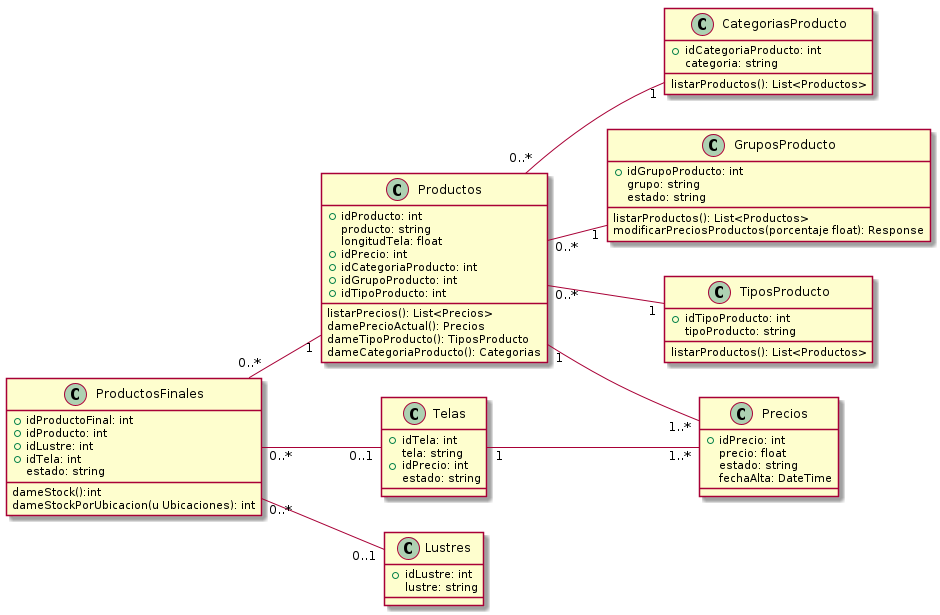
Above: Informe Final/Imagenes/DiagramaClases/Vistas/vistaProductos.png in ZMGestion/DocumentacionZMGestion (PlantUML), before the change.
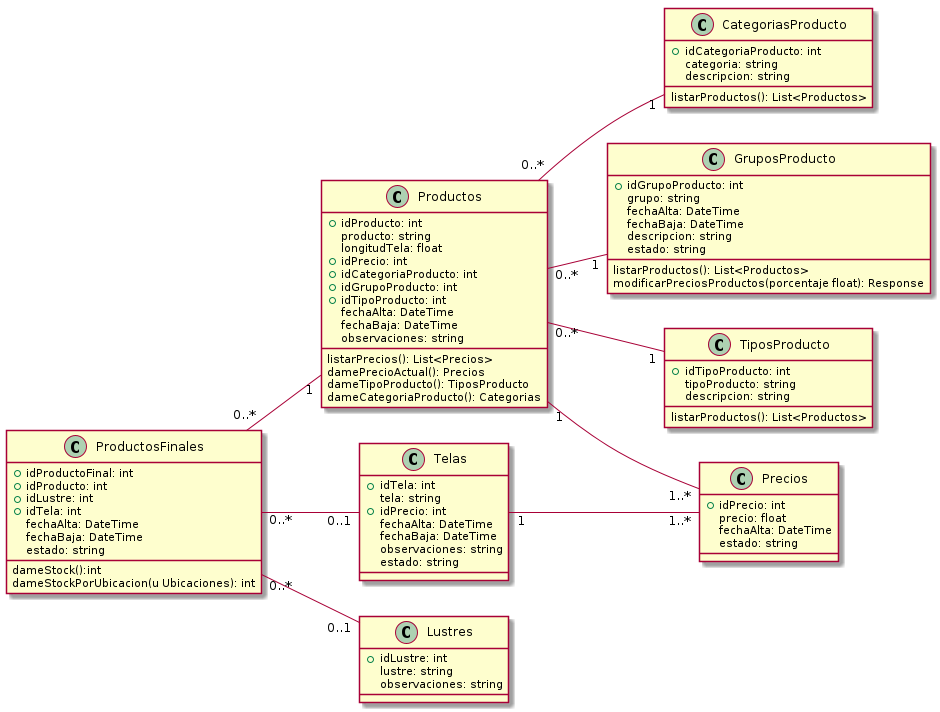
The same file after the commit.

The edit, as a diff of the source:
```diff
@@ -7,6 +7,9 @@
     +idCategoriaProducto: int
     +idGrupoProducto: int
     +idTipoProducto: int
+    fechaAlta: DateTime
+    fechaBaja: DateTime
+    observaciones: string
 
     listarPrecios(): List<Precios>
     damePrecioActual(): Precios
@@ -16,12 +19,16 @@
 class CategoriasProducto{
     +idCategoriaProducto: int
     categoria: string
+    descripcion: string
 
     listarProductos(): List<Productos>
 }
 class GruposProducto{
     +idGrupoProducto: int
     grupo: string
+    fechaAlta: DateTime
+    fechaBaja: DateTime
+    descripcion: string
     estado: string
 
     listarProductos(): List<Productos>
@@ -31,23 +38,29 @@
     +idTela: int
     tela: string
     +idPrecio: int
+    fechaAlta: DateTime
+    fechaBaja: DateTime
+    observaciones: string
     estado: string
 }
 class Lustres{
     +idLustre: int
     lustre: string
+    observaciones: string
 }
 class Precios{
     +idPrecio: int
     precio: float
+    fechaAlta: DateTime
     estado: string
-    fechaAlta: DateTime
 }
 class ProductosFinales{
     +idProductoFinal: int
     +idProducto: int
     +idLustre: int
     +idTela: int
+    fechaAlta: DateTime
+    fechaBaja: DateTime
     estado: string
 
     dameStock():int
@@ -58,6 +71,7 @@
 class TiposProducto{
     +idTipoProducto: int
     tipoProducto: string
+    descripcion: string
 
     listarProductos(): List<Productos>
 }
```
